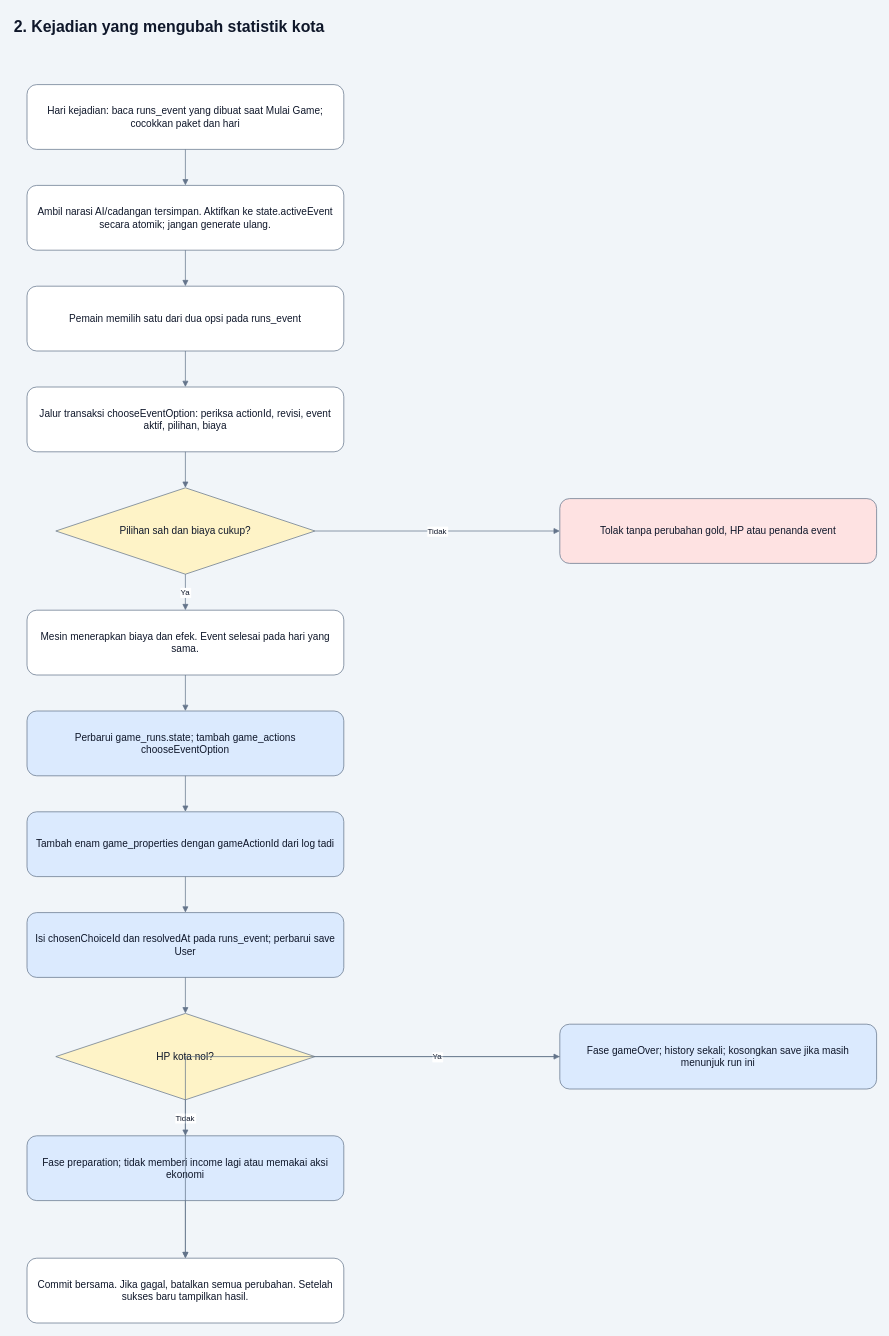
Three-Musketeers-Hacktiv/Final-Project keeps this draw.io diagram as page "2. Kejadian yang mengubah statistik kota" (2 of 6) of docs/database/database_flow.drawio. Above is the earlier version. Source tidied: cells renumbered, new cells numbered last; positions are measured from the earlier drawing's top-left corner, leaving out a move shared by most shapes. Both pictures are drawn from the tidied source at 72%, with x=0, y=0 at pixel (12, 12).
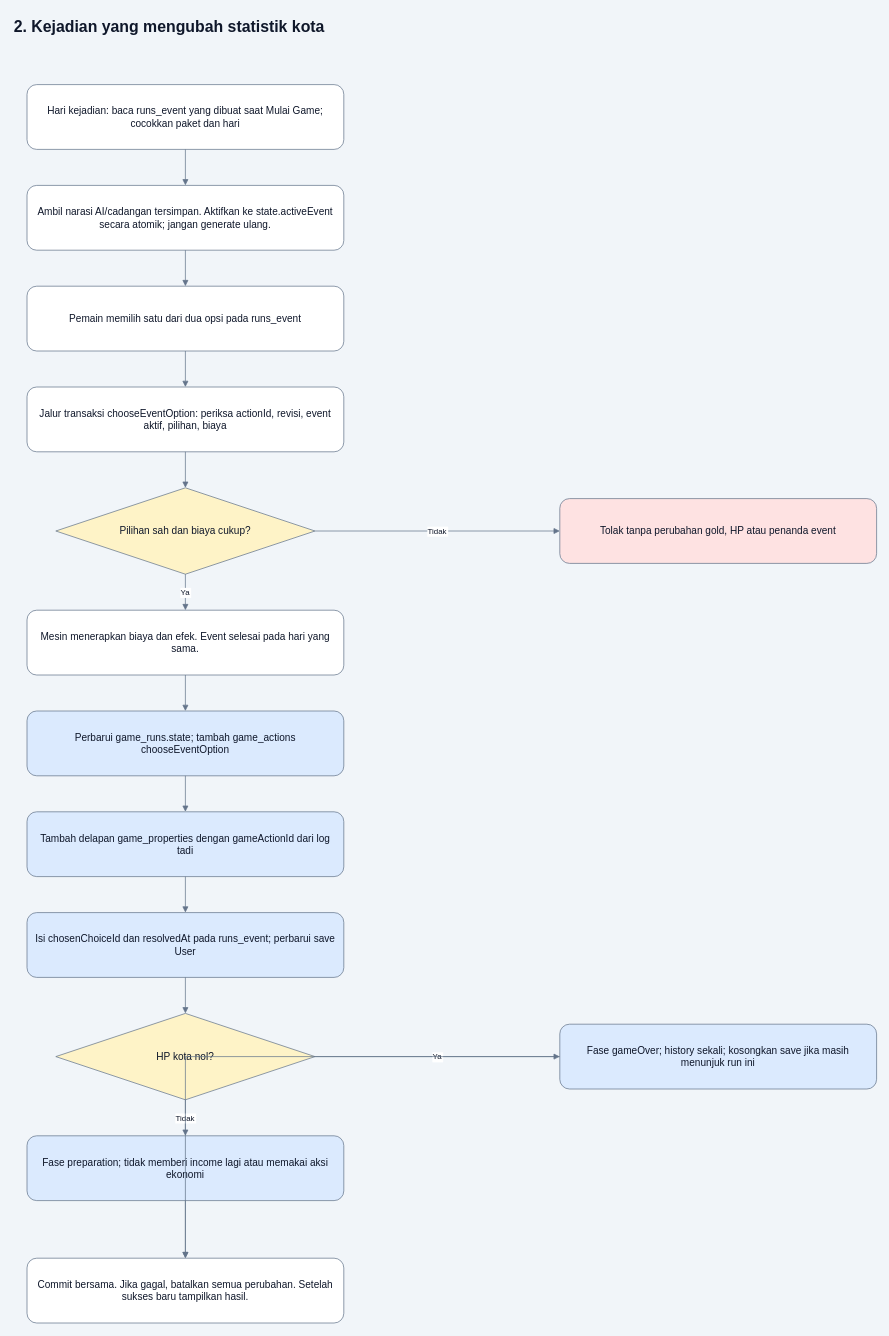
The same page after the edit.

Diff of the diagram source:
```diff
@@
-    <mxCell id="11" value="Tambah enam game_properties dengan gameActionId dari log tadi" style="rounded=1;whiteSpace=wrap;html=0;fillColor=#dbeafe;strokeColor=#64748b;fontColor=#0f172a;fontSize=14;spacing=10;" parent="1" vertex="1">
+    <mxCell id="11" value="Tambah delapan game_properties dengan gameActionId dari log tadi" style="rounded=1;whiteSpace=wrap;html=0;fillColor=#dbeafe;strokeColor=#64748b;fontColor=#0f172a;fontSize=14;spacing=10;" parent="1" vertex="1">
       <mxGeometry x="20" y="1110" width="440" height="90" as="geometry" />
     </mxCell>
```
